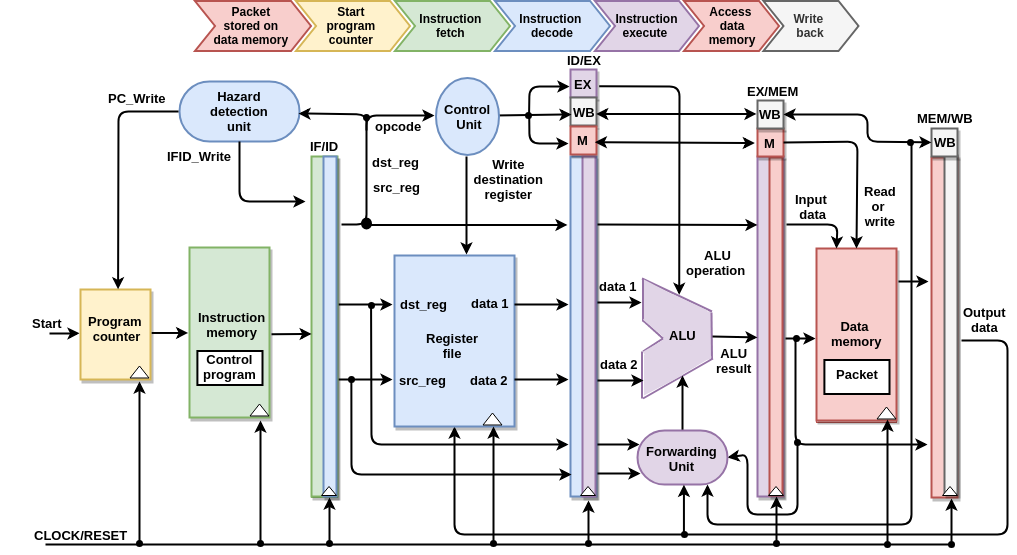
Earlier version of the draw.io export figures/06_fig02.png (mmvieira/-ASPLOS-eBPFlow). Source tidied: cells renumbered, new cells last; positions are measured from the earlier drawing's top-left corner, leaving out a move shared by most shapes.
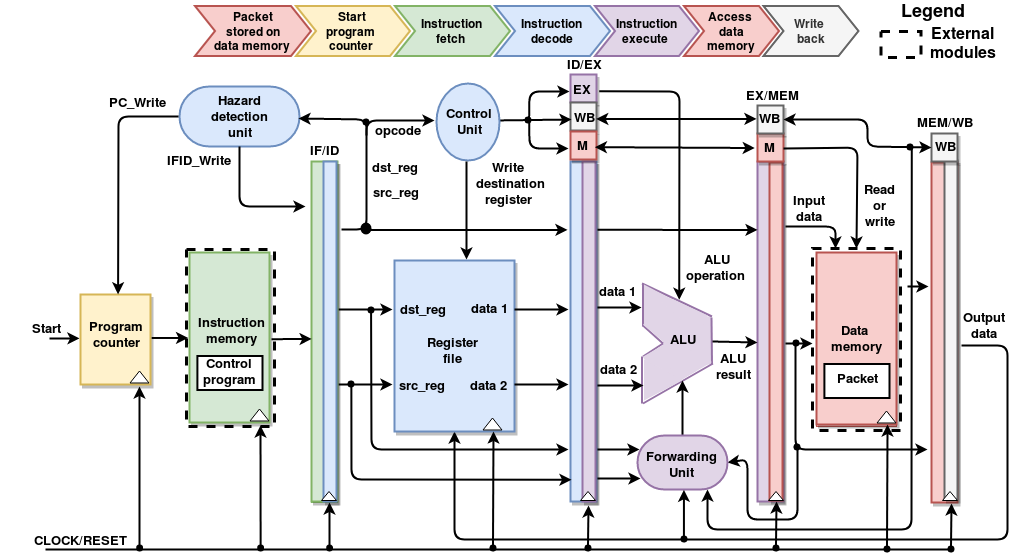
After the change.

Change to the diagram source:
```diff
@@ -2,6 +2,12 @@
   <root>
     <mxCell id="0" style="html=1;" />
     <mxCell id="1" style="html=1;" parent="0" />
+    <mxCell id="177" style="rounded=0;whiteSpace=wrap;html=1;strokeWidth=3;dashed=1;" parent="1" vertex="1">
+      <mxGeometry x="812" y="242" width="88" height="182" as="geometry" />
+    </mxCell>
+    <mxCell id="178" style="rounded=0;whiteSpace=wrap;html=1;strokeWidth=3;dashed=1;" parent="1" vertex="1">
+      <mxGeometry x="186" y="243" width="88" height="177" as="geometry" />
+    </mxCell>
     <mxCell id="2" style="endArrow=classic;html=1;fontSize=18;rounded=0;strokeWidth=2;endFill=1;" parent="1" edge="1">
       <mxGeometry relative="1" as="geometry">
         <mxPoint x="585" y="443" as="sourcePoint" />
@@ -290,13 +296,13 @@
       <mxGeometry x="668" y="260" width="98" height="18" as="geometry" />
     </mxCell>
     <mxCell id="73" value="&lt;b&gt;Read&lt;br&gt;or &lt;br&gt;write&lt;/b&gt;" style="text;html=1;fontSize=13;align=center;verticalAlign=bottom;" parent="1" vertex="1">
-      <mxGeometry x="831" y="211" width="98" height="18" as="geometry" />
+      <mxGeometry x="830" y="205.5" width="98" height="18" as="geometry" />
     </mxCell>
     <mxCell id="74" value="&lt;b&gt;ALU&lt;br&gt;result&lt;/b&gt;" style="text;html=1;align=center;verticalAlign=top;spacingTop=-4;rotation=0;fontSize=13;" parent="1" vertex="1">
       <mxGeometry x="708" y="342" width="50" height="30" as="geometry" />
     </mxCell>
     <mxCell id="75" value="&lt;b&gt;Input &lt;br&gt;data&lt;/b&gt;" style="text;html=1;align=center;verticalAlign=top;spacingTop=-4;rotation=0;fontSize=13;" parent="1" vertex="1">
-      <mxGeometry x="787" y="188" width="50" height="30" as="geometry" />
+      <mxGeometry x="784" y="184" width="50" height="30" as="geometry" />
     </mxCell>
     <mxCell id="76" value="&lt;b&gt;Output&lt;br&gt;data&lt;/b&gt;" style="text;html=1;align=center;verticalAlign=top;spacingTop=-4;rotation=0;fontSize=13;" parent="1" vertex="1">
       <mxGeometry x="954" y="301" width="60" height="30" as="geometry" />
@@ -376,8 +382,8 @@
         </Array>
       </mxGeometry>
     </mxCell>
-    <mxCell id="95" style="group;fillColor=#f8cecc;strokeColor=#b85450;" parent="1" vertex="1">
-      <mxGeometry x="816" y="247" width="80" height="174" as="geometry" />
+    <mxCell id="95" style="group;fillColor=#f8cecc;strokeColor=#b85450;strokeWidth=1;perimeterSpacing=2;" parent="1" vertex="1">
+      <mxGeometry x="816" y="246" width="80" height="174" as="geometry" />
     </mxCell>
     <mxCell id="96" value="&lt;div&gt;&lt;b style=&quot;font-size: 8px&quot;&gt;&amp;nbsp;&lt;/b&gt;&lt;/div&gt;" style="whiteSpace=wrap;html=1;shadow=1;fontSize=18;fillColor=#f8cecc;strokeColor=#b85450;strokeWidth=2;" parent="95" vertex="1">
       <mxGeometry width="80" height="172" as="geometry" />
@@ -433,15 +439,14 @@
     <mxCell id="113" value="&lt;b&gt;&lt;font style=&quot;font-size: 13px&quot;&gt;data 2&lt;/font&gt;&lt;/b&gt;" style="text;html=1;align=left;verticalAlign=top;spacingTop=-4;rotation=0;fontSize=13;" parent="1" vertex="1">
       <mxGeometry x="598" y="353" width="50" height="20" as="geometry" />
     </mxCell>
-    <mxCell id="114" style="endArrow=classic;html=1;strokeWidth=2;fontSize=18;" parent="1" edge="1">
+    <mxCell id="114" style="endArrow=classic;html=1;strokeWidth=2;fontSize=18;entryX=0;entryY=0.522;entryDx=0;entryDy=0;entryPerimeter=0;" parent="1" edge="1" target="177">
       <mxGeometry relative="1" as="geometry">
         <mxPoint x="785" y="337" as="sourcePoint" />
-        <mxPoint x="815" y="337" as="targetPoint" />
       </mxGeometry>
     </mxCell>
     <mxCell id="115" style="endArrow=classic;html=1;strokeWidth=2;fontSize=18;" parent="1" edge="1">
       <mxGeometry relative="1" as="geometry">
-        <mxPoint x="898" y="280" as="sourcePoint" />
+        <mxPoint x="907" y="280" as="sourcePoint" />
         <mxPoint x="928" y="280" as="targetPoint" />
       </mxGeometry>
     </mxCell>
@@ -459,10 +464,8 @@
         <mxPoint x="776" y="495" as="targetPoint" />
       </mxGeometry>
     </mxCell>
-    <mxCell id="119" style="endArrow=classic;html=1;fontSize=18;strokeWidth=2;exitX=0.5;exitY=0;exitPerimeter=0;" parent="1" edge="1" source="121">
-      <mxGeometry relative="1" as="geometry">
-        <mxPoint x="887" y="418" as="targetPoint" />
-      </mxGeometry>
+    <mxCell id="119" style="endArrow=classic;html=1;fontSize=18;strokeWidth=2;exitX=0.5;exitY=0;exitPerimeter=0;entryX=0.888;entryY=1;entryDx=0;entryDy=0;entryPerimeter=0;" parent="1" edge="1" source="121" target="96">
+      <mxGeometry relative="1" as="geometry" />
     </mxCell>
     <mxCell id="120" style="verticalLabelPosition=bottom;verticalAlign=top;html=1;strokeWidth=2;shape=mxgraph.flowchart.on-page_reference;fillColor=#000000;align=center;" parent="1" vertex="1">
       <mxGeometry x="773" y="539" width="5" height="5" as="geometry" />
@@ -669,17 +672,11 @@
     <mxCell id="160" style="verticalLabelPosition=bottom;verticalAlign=top;html=1;strokeWidth=2;shape=mxgraph.flowchart.on-page_reference;fillColor=#000000;align=center;" parent="1" vertex="1">
       <mxGeometry x="361" y="217" width="9" height="10" as="geometry" />
     </mxCell>
-    <mxCell id="161" style="edgeStyle=none;html=1;exitX=0.25;exitY=0;entryX=1.115;entryY=0.2;entryPerimeter=0;startArrow=classic;startFill=1;startSize=6;endArrow=none;endFill=0;endSize=6;jettySize=auto;strokeWidth=2;fontSize=20;" parent="1" edge="1" source="96" target="22">
-      <mxGeometry relative="1" as="geometry">
-        <Array as="points">
-          <mxPoint x="837" y="223" />
-        </Array>
-      </mxGeometry>
-    </mxCell>
-    <mxCell id="162" style="edgeStyle=none;html=1;exitX=1;exitY=0.5;entryX=0.5;entryY=0;startArrow=none;startFill=0;startSize=6;endArrow=classic;endFill=1;endSize=6;jettySize=auto;strokeWidth=2;fontSize=20;" parent="1" edge="1" source="25" target="96">
+    <mxCell id="162" style="edgeStyle=none;html=1;exitX=1;exitY=0.5;startArrow=none;startFill=0;startSize=6;endArrow=classic;endFill=1;endSize=6;jettySize=auto;strokeWidth=2;fontSize=20;entryX=0.5;entryY=0;entryDx=0;entryDy=0;" parent="1" edge="1" target="177">
       <mxGeometry relative="1" as="geometry">
+        <mxPoint x="783" y="142" as="sourcePoint" />
         <Array as="points">
-          <mxPoint x="857" y="140" />
+          <mxPoint x="857" y="141" />
         </Array>
       </mxGeometry>
     </mxCell>
@@ -725,5 +722,23 @@
     <mxCell id="176" value="&lt;div style=&quot;text-align: center&quot;&gt;&lt;b&gt;Control&lt;br&gt;program&lt;/b&gt;&lt;/div&gt;" style="text;html=1;align=center;verticalAlign=middle;spacingTop=-4;fontSize=13;" parent="174" vertex="1">
       <mxGeometry x="-2" y="2.2" width="70" height="30" as="geometry" />
     </mxCell>
+    <mxCell id="179" style="rounded=0;whiteSpace=wrap;html=1;strokeWidth=3;dashed=1;" parent="1" vertex="1">
+      <mxGeometry x="880.5" y="25" width="40" height="26" as="geometry" />
+    </mxCell>
+    <mxCell id="180" value="External&lt;br&gt;modules" style="text;html=1;align=center;verticalAlign=middle;spacingTop=-4;fontSize=16;fontStyle=1;" parent="1" vertex="1">
+      <mxGeometry x="927.5" y="19" width="71" height="38" as="geometry" />
+    </mxCell>
+    <mxCell id="181" value="Legend" style="text;html=1;align=center;verticalAlign=middle;spacingTop=-4;fontSize=18;fontStyle=1;" parent="1" vertex="1">
+      <mxGeometry x="907" y="-2" width="52" height="16" as="geometry" />
+    </mxCell>
+    <mxCell id="182" style="edgeStyle=none;html=1;startArrow=none;startFill=0;startSize=6;endArrow=classic;endFill=1;endSize=6;jettySize=auto;orthogonalLoop=1;strokeWidth=2;fontSize=20;" parent="1" edge="1">
+      <mxGeometry relative="1" as="geometry">
+        <mxPoint x="785" y="220" as="sourcePoint" />
+        <mxPoint x="835" y="242" as="targetPoint" />
+        <Array as="points">
+          <mxPoint x="835" y="220" />
+        </Array>
+      </mxGeometry>
+    </mxCell>
   </root>
 </mxGraphModel>
```
